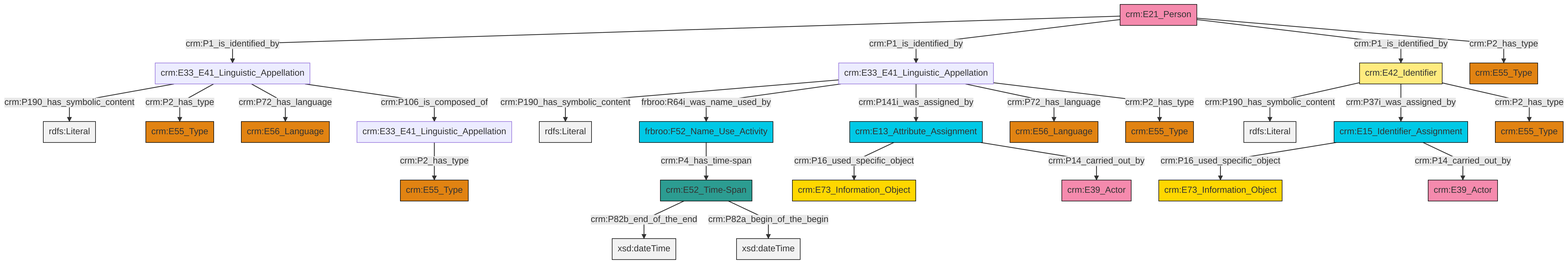
This is et/personCSV/ttl/mmd/png/Person_Names_and_Classification.png from swiss-art-research-net/reference-data-models, a Mermaid export, as it was before one commit. Its source is kept beside it as et/personCSV/ttl/mmd/Person_Names_and_Classification.ttl.mmd.
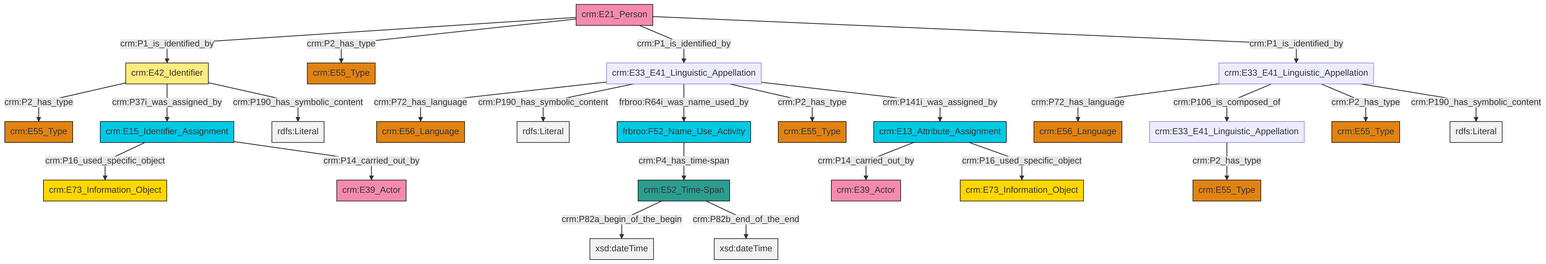
After the commit.

Change to the diagram source:
```diff
@@ -13,27 +13,27 @@
 classDef PC_Classes fill:#4ce600, stroke:#000000;
 classDef Multi fill:#cccccc,stroke:#000000;
 
-0["crm:E13_Attribute_Assignment"]:::Temporal_Entity -->|crm:P16_used_specific_object| 1["crm:E73_Information_Object"]:::Conceptual_Object
-2["crm:E33_E41_Linguistic_Appellation"]:::Default -->|crm:P190_has_symbolic_content| 3[rdfs:Literal]:::Literal
-6["crm:E42_Identifier"]:::Appellation -->|crm:P190_has_symbolic_content| 7[rdfs:Literal]:::Literal
-6["crm:E42_Identifier"]:::Appellation -->|crm:P37i_was_assigned_by| 8["crm:E15_Identifier_Assignment"]:::Temporal_Entity
-9["crm:E33_E41_Linguistic_Appellation"]:::Default -->|crm:P190_has_symbolic_content| 10[rdfs:Literal]:::Literal
-11["crm:E33_E41_Linguistic_Appellation"]:::Default -->|crm:P2_has_type| 12["crm:E55_Type"]:::Type
-13["crm:E52_Time-Span"]:::Time-Span -->|crm:P82b_end_of_the_end| 14[xsd:dateTime]:::Literal
-8["crm:E15_Identifier_Assignment"]:::Temporal_Entity -->|crm:P16_used_specific_object| 22["crm:E73_Information_Object"]:::Conceptual_Object
-13["crm:E52_Time-Span"]:::Time-Span -->|crm:P82a_begin_of_the_begin| 25[xsd:dateTime]:::Literal
-26["crm:E21_Person"]:::Actor -->|crm:P1_is_identified_by| 9["crm:E33_E41_Linguistic_Appellation"]:::Default
-26["crm:E21_Person"]:::Actor -->|crm:P1_is_identified_by| 2["crm:E33_E41_Linguistic_Appellation"]:::Default
-2["crm:E33_E41_Linguistic_Appellation"]:::Default -->|frbroo:R64i_was_name_used_by| 28["frbroo:F52_Name_Use_Activity"]:::Temporal_Entity
-8["crm:E15_Identifier_Assignment"]:::Temporal_Entity -->|crm:P14_carried_out_by| 23["crm:E39_Actor"]:::Actor
-9["crm:E33_E41_Linguistic_Appellation"]:::Default -->|crm:P2_has_type| 32["crm:E55_Type"]:::Type
-2["crm:E33_E41_Linguistic_Appellation"]:::Default -->|crm:P141i_was_assigned_by| 0["crm:E13_Attribute_Assignment"]:::Temporal_Entity
-26["crm:E21_Person"]:::Actor -->|crm:P1_is_identified_by| 6["crm:E42_Identifier"]:::Appellation
-0["crm:E13_Attribute_Assignment"]:::Temporal_Entity -->|crm:P14_carried_out_by| 4["crm:E39_Actor"]:::Actor
-2["crm:E33_E41_Linguistic_Appellation"]:::Default -->|crm:P72_has_language| 33["crm:E56_Language"]:::Type
-9["crm:E33_E41_Linguistic_Appellation"]:::Default -->|crm:P72_has_language| 15["crm:E56_Language"]:::Type
-2["crm:E33_E41_Linguistic_Appellation"]:::Default -->|crm:P2_has_type| 29["crm:E55_Type"]:::Type
-26["crm:E21_Person"]:::Actor -->|crm:P2_has_type| 17["crm:E55_Type"]:::Type
-28["frbroo:F52_Name_Use_Activity"]:::Temporal_Entity -->|crm:P4_has_time-span| 13["crm:E52_Time-Span"]:::Time-Span
-9["crm:E33_E41_Linguistic_Appellation"]:::Default -->|crm:P106_is_composed_of| 11["crm:E33_E41_Linguistic_Appellation"]:::Default
-6["crm:E42_Identifier"]:::Appellation -->|crm:P2_has_type| 41["crm:E55_Type"]:::Type
+0["crm:E33_E41_Linguistic_Appellation"]:::Default -->|crm:P72_has_language| 1["crm:E56_Language"]:::Type
+4["crm:E15_Identifier_Assignment"]:::Temporal_Entity -->|crm:P16_used_specific_object| 5["crm:E73_Information_Object"]:::Conceptual_Object
+2["crm:E13_Attribute_Assignment"]:::Temporal_Entity -->|crm:P14_carried_out_by| 9["crm:E39_Actor"]:::Actor
+10["crm:E21_Person"]:::Actor -->|crm:P1_is_identified_by| 11["crm:E42_Identifier"]:::Appellation
+11["crm:E42_Identifier"]:::Appellation -->|crm:P2_has_type| 12["crm:E55_Type"]:::Type
+11["crm:E42_Identifier"]:::Appellation -->|crm:P37i_was_assigned_by| 4["crm:E15_Identifier_Assignment"]:::Temporal_Entity
+4["crm:E15_Identifier_Assignment"]:::Temporal_Entity -->|crm:P14_carried_out_by| 7["crm:E39_Actor"]:::Actor
+17["crm:E33_E41_Linguistic_Appellation"]:::Default -->|crm:P72_has_language| 13["crm:E56_Language"]:::Type
+2["crm:E13_Attribute_Assignment"]:::Temporal_Entity -->|crm:P16_used_specific_object| 27["crm:E73_Information_Object"]:::Conceptual_Object
+17["crm:E33_E41_Linguistic_Appellation"]:::Default -->|crm:P190_has_symbolic_content| 28[rdfs:Literal]:::Literal
+11["crm:E42_Identifier"]:::Appellation -->|crm:P190_has_symbolic_content| 29[rdfs:Literal]:::Literal
+17["crm:E33_E41_Linguistic_Appellation"]:::Default -->|frbroo:R64i_was_name_used_by| 34["frbroo:F52_Name_Use_Activity"]:::Temporal_Entity
+18["crm:E52_Time-Span"]:::Time-Span -->|crm:P82a_begin_of_the_begin| 35[xsd:dateTime]:::Literal
+10["crm:E21_Person"]:::Actor -->|crm:P2_has_type| 36["crm:E55_Type"]:::Type
+10["crm:E21_Person"]:::Actor -->|crm:P1_is_identified_by| 17["crm:E33_E41_Linguistic_Appellation"]:::Default
+34["frbroo:F52_Name_Use_Activity"]:::Temporal_Entity -->|crm:P4_has_time-span| 18["crm:E52_Time-Span"]:::Time-Span
+0["crm:E33_E41_Linguistic_Appellation"]:::Default -->|crm:P106_is_composed_of| 25["crm:E33_E41_Linguistic_Appellation"]:::Default
+18["crm:E52_Time-Span"]:::Time-Span -->|crm:P82b_end_of_the_end| 37[xsd:dateTime]:::Literal
+25["crm:E33_E41_Linguistic_Appellation"]:::Default -->|crm:P2_has_type| 40["crm:E55_Type"]:::Type
+0["crm:E33_E41_Linguistic_Appellation"]:::Default -->|crm:P2_has_type| 15["crm:E55_Type"]:::Type
+17["crm:E33_E41_Linguistic_Appellation"]:::Default -->|crm:P2_has_type| 23["crm:E55_Type"]:::Type
+17["crm:E33_E41_Linguistic_Appellation"]:::Default -->|crm:P141i_was_assigned_by| 2["crm:E13_Attribute_Assignment"]:::Temporal_Entity
+10["crm:E21_Person"]:::Actor -->|crm:P1_is_identified_by| 0["crm:E33_E41_Linguistic_Appellation"]:::Default
+0["crm:E33_E41_Linguistic_Appellation"]:::Default -->|crm:P190_has_symbolic_content| 46[rdfs:Literal]:::Literal
```
